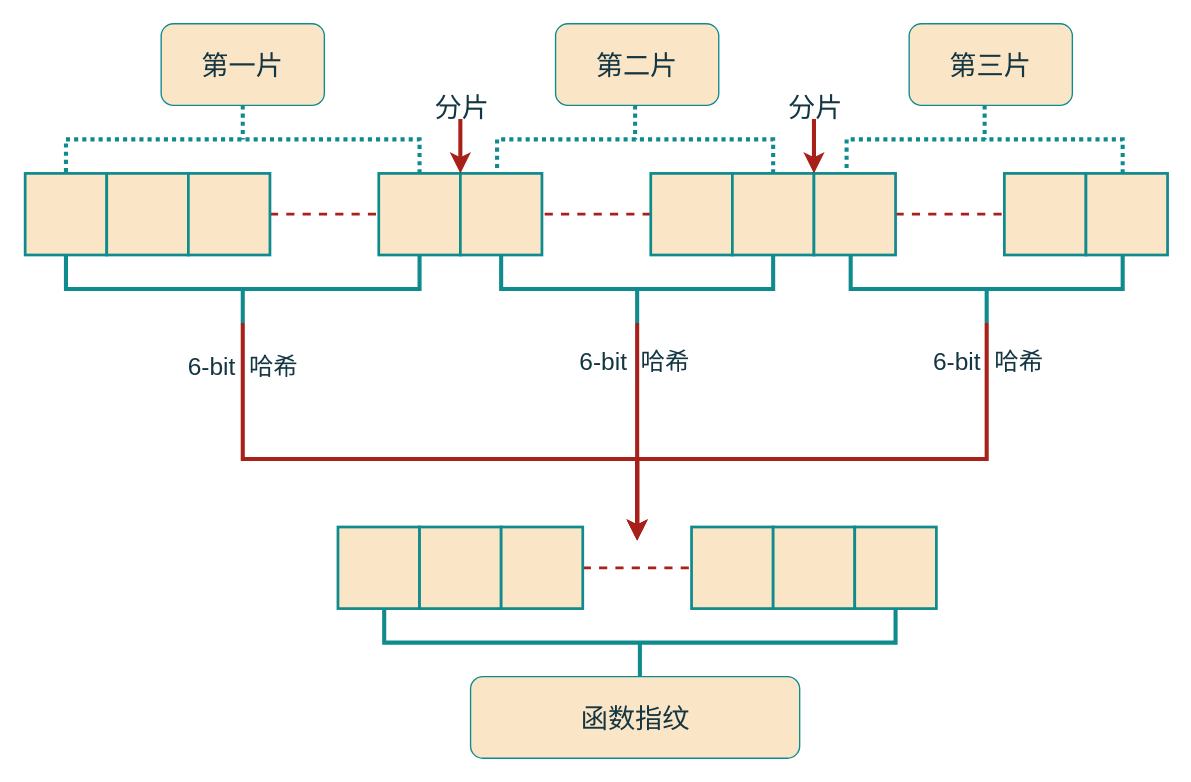
Before: ssdeep.drawio in wanghaoxu001/cloudimg, a draw.io diagram. Source tidied: cells renumbered, new cells numbered last; positions are measured from the earlier drawing's top-left corner, leaving out a move shared by most shapes. Both pictures are drawn from the tidied source at 136%, with x=0, y=0 at pixel (24, 23).
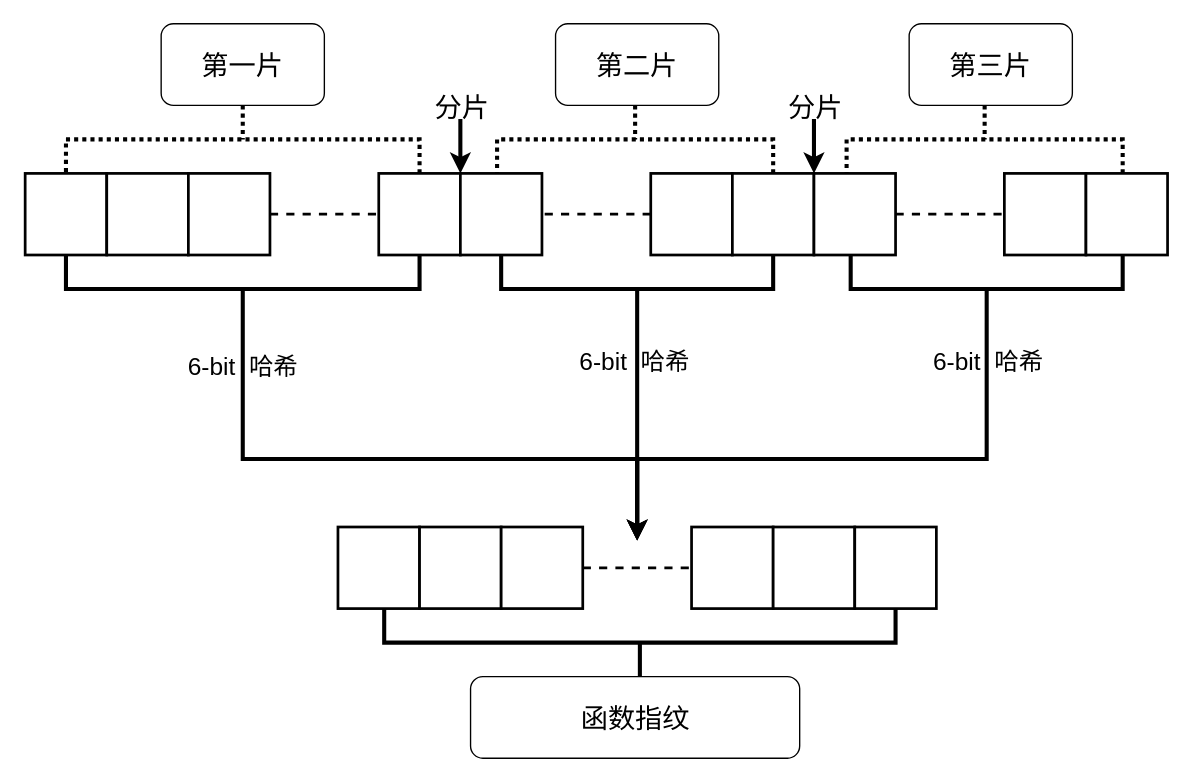
After the change.

The edit, as a diff of the source:
```diff
@@
+    <mxCell id="41" style="strokeWidth=3;html=1;shape=mxgraph.flowchart.annotation_2;align=left;labelPosition=right;direction=north;labelBackgroundColor=none;" parent="1" vertex="1">
+      <mxGeometry x="264" y="430" width="376" height="50" as="geometry" />
+    </mxCell>
+    <mxCell id="37" style="strokeWidth=3;html=1;shape=mxgraph.flowchart.annotation_2;align=left;labelPosition=right;dashed=1;fillStyle=auto;dashPattern=1 1;direction=south;labelBackgroundColor=none;" parent="1" vertex="1">
+      <mxGeometry x="347" y="60" width="203" height="50" as="geometry" />
+    </mxCell>
-    <mxCell id="2" style="strokeWidth=3;html=1;shape=mxgraph.flowchart.annotation_2;align=left;labelPosition=right;direction=north;strokeColor=#0F8B8D;labelBackgroundColor=none;fillColor=#FAE5C7;fontColor=#143642;" parent="1" vertex="1">
+    <mxCell id="2" style="strokeWidth=3;html=1;shape=mxgraph.flowchart.annotation_2;align=left;labelPosition=right;direction=north;labelBackgroundColor=none;" parent="1" vertex="1">
       <mxGeometry x="607" y="170" width="200" height="50" as="geometry" />
     </mxCell>
-    <mxCell id="3" style="strokeWidth=3;html=1;shape=mxgraph.flowchart.annotation_2;align=left;labelPosition=right;direction=north;strokeColor=#0F8B8D;labelBackgroundColor=none;fillColor=#FAE5C7;fontColor=#143642;" parent="1" vertex="1">
+    <mxCell id="3" style="strokeWidth=3;html=1;shape=mxgraph.flowchart.annotation_2;align=left;labelPosition=right;direction=north;labelBackgroundColor=none;" parent="1" vertex="1">
       <mxGeometry x="350" y="170" width="200" height="50" as="geometry" />
     </mxCell>
-    <mxCell id="4" style="strokeWidth=3;html=1;shape=mxgraph.flowchart.annotation_2;align=left;labelPosition=right;direction=north;strokeColor=#0F8B8D;labelBackgroundColor=none;fillColor=#FAE5C7;fontColor=#143642;" parent="1" vertex="1">
+    <mxCell id="4" style="strokeWidth=3;html=1;shape=mxgraph.flowchart.annotation_2;align=left;labelPosition=right;direction=north;labelBackgroundColor=none;" parent="1" vertex="1">
       <mxGeometry x="30" y="170" width="260" height="50" as="geometry" />
     </mxCell>
-    <mxCell id="5" style="rounded=0;whiteSpace=wrap;html=1;fontSize=22;strokeWidth=2;labelBackgroundColor=none;fillColor=#FAE5C7;strokeColor=#0F8B8D;fontColor=#143642;" parent="1" vertex="1">
+    <mxCell id="5" style="rounded=0;whiteSpace=wrap;html=1;fontSize=22;strokeWidth=2;labelBackgroundColor=none;" parent="1" vertex="1">
       <mxGeometry y="110" width="60" height="60" as="geometry" />
     </mxCell>
-    <mxCell id="6" style="rounded=0;whiteSpace=wrap;html=1;fontSize=22;strokeWidth=2;labelBackgroundColor=none;fillColor=#FAE5C7;strokeColor=#0F8B8D;fontColor=#143642;" parent="1" vertex="1">
+    <mxCell id="6" style="rounded=0;whiteSpace=wrap;html=1;fontSize=22;strokeWidth=2;labelBackgroundColor=none;" parent="1" vertex="1">
       <mxGeometry x="60" y="110" width="60" height="60" as="geometry" />
     </mxCell>
-    <mxCell id="7" style="edgeStyle=orthogonalEdgeStyle;rounded=0;jettySize=auto;html=1;entryX=0;entryY=0.5;entryDx=0;entryDy=0;endArrow=none;endFill=0;dashed=1;strokeWidth=2;labelBackgroundColor=none;strokeColor=#A8201A;fontColor=default;" parent="1" edge="1" source="8" target="9">
+    <mxCell id="7" style="edgeStyle=orthogonalEdgeStyle;rounded=0;jettySize=auto;html=1;entryX=0;entryY=0.5;entryDx=0;entryDy=0;endArrow=none;endFill=0;dashed=1;strokeWidth=2;labelBackgroundColor=none;fontColor=default;" parent="1" edge="1" source="8" target="9">
       <mxGeometry relative="1" as="geometry" />
     </mxCell>
-    <mxCell id="8" style="rounded=0;whiteSpace=wrap;html=1;fontSize=22;strokeWidth=2;labelBackgroundColor=none;fillColor=#FAE5C7;strokeColor=#0F8B8D;fontColor=#143642;" parent="1" vertex="1">
+    <mxCell id="8" style="rounded=0;whiteSpace=wrap;html=1;fontSize=22;strokeWidth=2;labelBackgroundColor=none;" parent="1" vertex="1">
       <mxGeometry x="120" y="110" width="60" height="60" as="geometry" />
     </mxCell>
-    <mxCell id="9" style="rounded=0;whiteSpace=wrap;html=1;fontSize=22;strokeWidth=2;labelBackgroundColor=none;fillColor=#FAE5C7;strokeColor=#0F8B8D;fontColor=#143642;" parent="1" vertex="1">
+    <mxCell id="9" style="rounded=0;whiteSpace=wrap;html=1;fontSize=22;strokeWidth=2;labelBackgroundColor=none;" parent="1" vertex="1">
       <mxGeometry x="260" y="110" width="60" height="60" as="geometry" />
     </mxCell>
-    <mxCell id="10" style="rounded=0;whiteSpace=wrap;html=1;fontSize=22;strokeWidth=2;labelBackgroundColor=none;fillColor=#FAE5C7;strokeColor=#0F8B8D;fontColor=#143642;" parent="1" vertex="1">
+    <mxCell id="10" style="rounded=0;whiteSpace=wrap;html=1;fontSize=22;strokeWidth=2;labelBackgroundColor=none;" parent="1" vertex="1">
       <mxGeometry x="320" y="110" width="60" height="60" as="geometry" />
     </mxCell>
-    <mxCell id="11" style="edgeStyle=orthogonalEdgeStyle;rounded=0;jettySize=auto;html=1;entryX=1;entryY=0.5;entryDx=0;entryDy=0;dashed=1;strokeWidth=2;endArrow=none;endFill=0;labelBackgroundColor=none;strokeColor=#A8201A;fontColor=default;" parent="1" edge="1" source="12">
+    <mxCell id="11" style="edgeStyle=orthogonalEdgeStyle;rounded=0;jettySize=auto;html=1;entryX=1;entryY=0.5;entryDx=0;entryDy=0;dashed=1;strokeWidth=2;endArrow=none;endFill=0;labelBackgroundColor=none;fontColor=default;" parent="1" edge="1" source="12">
       <mxGeometry relative="1" as="geometry">
         <mxPoint x="380" y="140" as="targetPoint" />
       </mxGeometry>
     </mxCell>
-    <mxCell id="12" style="rounded=0;whiteSpace=wrap;html=1;fontSize=22;strokeWidth=2;labelBackgroundColor=none;fillColor=#FAE5C7;strokeColor=#0F8B8D;fontColor=#143642;" parent="1" vertex="1">
+    <mxCell id="12" style="rounded=0;whiteSpace=wrap;html=1;fontSize=22;strokeWidth=2;labelBackgroundColor=none;" parent="1" vertex="1">
       <mxGeometry x="460" y="110" width="60" height="60" as="geometry" />
     </mxCell>
-    <mxCell id="13" style="rounded=0;whiteSpace=wrap;html=1;fontSize=22;strokeWidth=2;labelBackgroundColor=none;fillColor=#FAE5C7;strokeColor=#0F8B8D;fontColor=#143642;" parent="1" vertex="1">
+    <mxCell id="13" style="rounded=0;whiteSpace=wrap;html=1;fontSize=22;strokeWidth=2;labelBackgroundColor=none;" parent="1" vertex="1">
       <mxGeometry x="520" y="110" width="60" height="60" as="geometry" />
     </mxCell>
-    <mxCell id="14" style="edgeStyle=orthogonalEdgeStyle;rounded=0;jettySize=auto;html=1;entryX=0;entryY=0.5;entryDx=0;entryDy=0;endArrow=none;endFill=0;dashed=1;strokeWidth=2;labelBackgroundColor=none;strokeColor=#A8201A;fontColor=default;" parent="1" edge="1" source="15" target="20">
+    <mxCell id="14" style="edgeStyle=orthogonalEdgeStyle;rounded=0;jettySize=auto;html=1;entryX=0;entryY=0.5;entryDx=0;entryDy=0;endArrow=none;endFill=0;dashed=1;strokeWidth=2;labelBackgroundColor=none;fontColor=default;" parent="1" edge="1" source="15" target="20">
       <mxGeometry relative="1" as="geometry" />
     </mxCell>
-    <mxCell id="15" style="rounded=0;whiteSpace=wrap;html=1;fontSize=22;strokeWidth=2;labelBackgroundColor=none;fillColor=#FAE5C7;strokeColor=#0F8B8D;fontColor=#143642;" parent="1" vertex="1">
+    <mxCell id="15" style="rounded=0;whiteSpace=wrap;html=1;fontSize=22;strokeWidth=2;labelBackgroundColor=none;" parent="1" vertex="1">
       <mxGeometry x="580" y="110" width="60" height="60" as="geometry" />
     </mxCell>
-    <mxCell id="16" style="edgeStyle=orthogonalEdgeStyle;rounded=0;jettySize=auto;html=1;strokeWidth=3;strokeColor=#A8201A;labelBackgroundColor=none;fontColor=default;" parent="1" edge="1" source="4">
+    <mxCell id="16" style="edgeStyle=orthogonalEdgeStyle;rounded=0;jettySize=auto;html=1;strokeWidth=3;labelBackgroundColor=none;fontColor=default;" parent="1" edge="1" source="4">
       <mxGeometry relative="1" as="geometry">
         <mxPoint x="450" y="380" as="targetPoint" />
         <Array as="points">
           <mxPoint x="160" y="320" />
           <mxPoint x="450" y="320" />
         </Array>
       </mxGeometry>
     </mxCell>
-    <mxCell id="17" value="6-bit&amp;nbsp; 哈希" style="edgeLabel;html=1;align=center;verticalAlign=middle;fontColor=#143642;fontSize=18;fontStyle=0;labelBackgroundColor=none;" parent="16" vertex="1">
+    <mxCell id="17" value="6-bit&amp;nbsp; 哈希" style="edgeLabel;html=1;align=center;verticalAlign=middle;fontSize=18;fontStyle=0;labelBackgroundColor=none;" parent="16" vertex="1">
       <mxGeometry x="-0.86" y="-1" relative="1" as="geometry" />
     </mxCell>
-    <mxCell id="18" style="endArrow=classic;html=1;rounded=0;entryX=1;entryY=0;entryDx=0;entryDy=0;verticalAlign=bottom;fontSize=15;strokeWidth=3;strokeColor=#A8201A;fontColor=default;labelBackgroundColor=none;" parent="1" edge="1" target="9">
+    <mxCell id="18" style="endArrow=classic;html=1;rounded=0;entryX=1;entryY=0;entryDx=0;entryDy=0;verticalAlign=bottom;fontSize=15;strokeWidth=3;fontColor=default;labelBackgroundColor=none;" parent="1" edge="1" target="9">
       <mxGeometry relative="1" as="geometry">
         <mxPoint x="320" y="70" as="sourcePoint" />
       </mxGeometry>
     </mxCell>
-    <mxCell id="19" value="分片" style="edgeLabel;html=1;align=center;verticalAlign=middle;fontSize=20;fontColor=#143642;labelBackgroundColor=none;" parent="18" vertex="1">
+    <mxCell id="19" value="分片" style="edgeLabel;html=1;align=center;verticalAlign=middle;fontSize=20;labelBackgroundColor=none;" parent="18" vertex="1">
       <mxGeometry x="-0.43" y="3" relative="1" as="geometry">
         <mxPoint x="-3" y="-21" as="offset" />
       </mxGeometry>
     </mxCell>
-    <mxCell id="20" style="rounded=0;whiteSpace=wrap;html=1;fontSize=22;strokeWidth=2;labelBackgroundColor=none;fillColor=#FAE5C7;strokeColor=#0F8B8D;fontColor=#143642;" parent="1" vertex="1">
+    <mxCell id="20" style="rounded=0;whiteSpace=wrap;html=1;fontSize=22;strokeWidth=2;labelBackgroundColor=none;" parent="1" vertex="1">
       <mxGeometry x="720" y="110" width="60" height="60" as="geometry" />
     </mxCell>
-    <mxCell id="21" style="rounded=0;whiteSpace=wrap;html=1;fontSize=22;strokeWidth=2;labelBackgroundColor=none;fillColor=#FAE5C7;strokeColor=#0F8B8D;fontColor=#143642;" parent="1" vertex="1">
+    <mxCell id="21" style="rounded=0;whiteSpace=wrap;html=1;fontSize=22;strokeWidth=2;labelBackgroundColor=none;" parent="1" vertex="1">
       <mxGeometry x="780" y="110" width="60" height="60" as="geometry" />
     </mxCell>
-    <mxCell id="22" style="edgeStyle=orthogonalEdgeStyle;rounded=0;jettySize=auto;html=1;strokeWidth=3;strokeColor=#A8201A;labelBackgroundColor=none;fontColor=default;" parent="1" edge="1" source="3">
+    <mxCell id="22" style="edgeStyle=orthogonalEdgeStyle;rounded=0;jettySize=auto;html=1;strokeWidth=3;labelBackgroundColor=none;fontColor=default;" parent="1" edge="1" source="3">
       <mxGeometry relative="1" as="geometry">
         <mxPoint x="450" y="380" as="targetPoint" />
       </mxGeometry>
     </mxCell>
-    <mxCell id="23" style="endArrow=classic;html=1;rounded=0;entryX=1;entryY=0;entryDx=0;entryDy=0;verticalAlign=bottom;fontSize=15;strokeWidth=3;strokeColor=#A8201A;fontColor=default;labelBackgroundColor=none;" parent="1" edge="1">
+    <mxCell id="23" style="endArrow=classic;html=1;rounded=0;entryX=1;entryY=0;entryDx=0;entryDy=0;verticalAlign=bottom;fontSize=15;strokeWidth=3;fontColor=default;labelBackgroundColor=none;" parent="1" edge="1">
       <mxGeometry relative="1" as="geometry">
         <mxPoint x="580" y="70" as="sourcePoint" />
         <mxPoint x="580" y="110" as="targetPoint" />
       </mxGeometry>
     </mxCell>
-    <mxCell id="24" value="分片" style="edgeLabel;html=1;align=center;verticalAlign=middle;fontSize=20;fontColor=#143642;labelBackgroundColor=none;" parent="23" vertex="1">
+    <mxCell id="24" value="分片" style="edgeLabel;html=1;align=center;verticalAlign=middle;fontSize=20;labelBackgroundColor=none;" parent="23" vertex="1">
       <mxGeometry x="-0.43" y="3" relative="1" as="geometry">
         <mxPoint x="-3" y="-21" as="offset" />
       </mxGeometry>
     </mxCell>
-    <mxCell id="25" style="edgeStyle=orthogonalEdgeStyle;rounded=0;jettySize=auto;html=1;strokeWidth=3;strokeColor=#A8201A;labelBackgroundColor=none;fontColor=default;" parent="1" edge="1" source="2">
+    <mxCell id="25" style="edgeStyle=orthogonalEdgeStyle;rounded=0;jettySize=auto;html=1;strokeWidth=3;labelBackgroundColor=none;fontColor=default;" parent="1" edge="1" source="2">
       <mxGeometry relative="1" as="geometry">
         <mxPoint x="450" y="380" as="targetPoint" />
         <Array as="points">
           <mxPoint x="707" y="320" />
           <mxPoint x="450" y="320" />
         </Array>
       </mxGeometry>
     </mxCell>
-    <mxCell id="26" style="rounded=0;whiteSpace=wrap;html=1;fontSize=22;strokeWidth=2;labelBackgroundColor=none;fillColor=#FAE5C7;strokeColor=#0F8B8D;fontColor=#143642;" parent="1" vertex="1">
+    <mxCell id="26" style="rounded=0;whiteSpace=wrap;html=1;fontSize=22;strokeWidth=2;labelBackgroundColor=none;" parent="1" vertex="1">
       <mxGeometry x="230" y="370" width="60" height="60" as="geometry" />
     </mxCell>
-    <mxCell id="27" style="rounded=0;whiteSpace=wrap;html=1;fontSize=22;strokeWidth=2;labelBackgroundColor=none;fillColor=#FAE5C7;strokeColor=#0F8B8D;fontColor=#143642;" parent="1" vertex="1">
+    <mxCell id="27" style="rounded=0;whiteSpace=wrap;html=1;fontSize=22;strokeWidth=2;labelBackgroundColor=none;" parent="1" vertex="1">
       <mxGeometry x="290" y="370" width="60" height="60" as="geometry" />
     </mxCell>
-    <mxCell id="28" style="edgeStyle=orthogonalEdgeStyle;rounded=0;jettySize=auto;html=1;entryX=0;entryY=0.5;entryDx=0;entryDy=0;dashed=1;endArrow=none;endFill=0;strokeWidth=2;labelBackgroundColor=none;strokeColor=#A8201A;fontColor=default;" parent="1" edge="1" source="29" target="30">
+    <mxCell id="28" style="edgeStyle=orthogonalEdgeStyle;rounded=0;jettySize=auto;html=1;entryX=0;entryY=0.5;entryDx=0;entryDy=0;dashed=1;endArrow=none;endFill=0;strokeWidth=2;labelBackgroundColor=none;fontColor=default;" parent="1" edge="1" source="29" target="30">
       <mxGeometry relative="1" as="geometry" />
     </mxCell>
-    <mxCell id="29" style="rounded=0;whiteSpace=wrap;html=1;fontSize=22;strokeWidth=2;labelBackgroundColor=none;fillColor=#FAE5C7;strokeColor=#0F8B8D;fontColor=#143642;" parent="1" vertex="1">
+    <mxCell id="29" style="rounded=0;whiteSpace=wrap;html=1;fontSize=22;strokeWidth=2;labelBackgroundColor=none;" parent="1" vertex="1">
       <mxGeometry x="350" y="370" width="60" height="60" as="geometry" />
     </mxCell>
-    <mxCell id="30" style="rounded=0;whiteSpace=wrap;html=1;fontSize=22;strokeWidth=2;labelBackgroundColor=none;fillColor=#FAE5C7;strokeColor=#0F8B8D;fontColor=#143642;" parent="1" vertex="1">
+    <mxCell id="30" style="rounded=0;whiteSpace=wrap;html=1;fontSize=22;strokeWidth=2;labelBackgroundColor=none;" parent="1" vertex="1">
       <mxGeometry x="490" y="370" width="60" height="60" as="geometry" />
     </mxCell>
-    <mxCell id="31" style="rounded=0;whiteSpace=wrap;html=1;fontSize=22;strokeWidth=2;labelBackgroundColor=none;fillColor=#FAE5C7;strokeColor=#0F8B8D;fontColor=#143642;" parent="1" vertex="1">
+    <mxCell id="31" style="rounded=0;whiteSpace=wrap;html=1;fontSize=22;strokeWidth=2;labelBackgroundColor=none;" parent="1" vertex="1">
       <mxGeometry x="550" y="370" width="60" height="60" as="geometry" />
     </mxCell>
-    <mxCell id="32" style="rounded=0;whiteSpace=wrap;html=1;fontSize=22;strokeWidth=2;labelBackgroundColor=none;fillColor=#FAE5C7;strokeColor=#0F8B8D;fontColor=#143642;" parent="1" vertex="1">
+    <mxCell id="32" style="rounded=0;whiteSpace=wrap;html=1;fontSize=22;strokeWidth=2;labelBackgroundColor=none;" parent="1" vertex="1">
       <mxGeometry x="610" y="370" width="60" height="60" as="geometry" />
     </mxCell>
-    <mxCell id="33" style="strokeWidth=3;html=1;shape=mxgraph.flowchart.annotation_2;align=left;labelPosition=right;dashed=1;strokeColor=#0F8B8D;fillStyle=auto;fillColor=#FAE5C7;dashPattern=1 1;direction=south;fontColor=#143642;labelBackgroundColor=none;" parent="1" vertex="1">
+    <mxCell id="33" style="strokeWidth=3;html=1;shape=mxgraph.flowchart.annotation_2;align=left;labelPosition=right;dashed=1;fillStyle=auto;dashPattern=1 1;direction=south;labelBackgroundColor=none;" parent="1" vertex="1">
       <mxGeometry x="30" y="60" width="260" height="50" as="geometry" />
     </mxCell>
-    <mxCell id="34" value="&lt;font style=&quot;font-size: 20px;&quot;&gt;第一片&lt;/font&gt;" style="rounded=1;whiteSpace=wrap;html=1;fontSize=20;fontColor=#143642;strokeColor=#0F8B8D;labelBackgroundColor=none;fillColor=#FAE5C7;" parent="1" vertex="1">
+    <mxCell id="34" value="&lt;font style=&quot;font-size: 20px;&quot;&gt;第一片&lt;/font&gt;" style="rounded=1;whiteSpace=wrap;html=1;fontSize=20;labelBackgroundColor=none;" parent="1" vertex="1">
       <mxGeometry x="100" width="120" height="60" as="geometry" />
     </mxCell>
-    <mxCell id="35" value="6-bit&amp;nbsp; 哈希" style="edgeLabel;html=1;align=center;verticalAlign=middle;fontColor=#143642;fontSize=18;fontStyle=0;labelBackgroundColor=none;" parent="1" vertex="1">
+    <mxCell id="35" value="6-bit&amp;nbsp; 哈希" style="edgeLabel;html=1;align=center;verticalAlign=middle;fontSize=18;fontStyle=0;labelBackgroundColor=none;" parent="1" vertex="1">
       <mxGeometry x="140" y="260.8" as="geometry">
         <mxPoint x="307" y="-12" as="offset" />
       </mxGeometry>
     </mxCell>
-    <mxCell id="36" value="6-bit&amp;nbsp; 哈希" style="edgeLabel;html=1;align=center;verticalAlign=middle;fontColor=#143642;fontSize=18;fontStyle=0;labelBackgroundColor=none;" parent="1" vertex="1">
+    <mxCell id="36" value="6-bit&amp;nbsp; 哈希" style="edgeLabel;html=1;align=center;verticalAlign=middle;fontSize=18;fontStyle=0;labelBackgroundColor=none;" parent="1" vertex="1">
       <mxGeometry x="400" y="260.8" as="geometry">
         <mxPoint x="307" y="-12" as="offset" />
       </mxGeometry>
     </mxCell>
-    <mxCell id="37" style="strokeWidth=3;html=1;shape=mxgraph.flowchart.annotation_2;align=left;labelPosition=right;dashed=1;strokeColor=#0F8B8D;fillStyle=auto;fillColor=#FAE5C7;dashPattern=1 1;direction=south;fontColor=#143642;labelBackgroundColor=none;" parent="1" vertex="1">
-      <mxGeometry x="347" y="60" width="203" height="50" as="geometry" />
-    </mxCell>
-    <mxCell id="38" value="&lt;font style=&quot;font-size: 20px;&quot;&gt;第二片&lt;/font&gt;" style="rounded=1;whiteSpace=wrap;html=1;fontSize=20;fontColor=#143642;strokeColor=#0F8B8D;labelBackgroundColor=none;fillColor=#FAE5C7;" parent="1" vertex="1">
+    <mxCell id="38" value="&lt;font style=&quot;font-size: 20px;&quot;&gt;第二片&lt;/font&gt;" style="rounded=1;whiteSpace=wrap;html=1;fontSize=20;labelBackgroundColor=none;" parent="1" vertex="1">
       <mxGeometry x="390" width="120" height="60" as="geometry" />
     </mxCell>
-    <mxCell id="39" style="strokeWidth=3;html=1;shape=mxgraph.flowchart.annotation_2;align=left;labelPosition=right;dashed=1;strokeColor=#0F8B8D;fillStyle=auto;fillColor=#FAE5C7;dashPattern=1 1;direction=south;fontColor=#143642;labelBackgroundColor=none;" parent="1" vertex="1">
+    <mxCell id="39" style="strokeWidth=3;html=1;shape=mxgraph.flowchart.annotation_2;align=left;labelPosition=right;dashed=1;fillStyle=auto;dashPattern=1 1;direction=south;labelBackgroundColor=none;" parent="1" vertex="1">
       <mxGeometry x="604" y="60" width="203" height="50" as="geometry" />
     </mxCell>
-    <mxCell id="40" value="&lt;font style=&quot;font-size: 20px;&quot;&gt;第三片&lt;/font&gt;" style="rounded=1;whiteSpace=wrap;html=1;fontSize=20;fontColor=#143642;strokeColor=#0F8B8D;labelBackgroundColor=none;fillColor=#FAE5C7;" parent="1" vertex="1">
+    <mxCell id="40" value="&lt;font style=&quot;font-size: 20px;&quot;&gt;第三片&lt;/font&gt;" style="rounded=1;whiteSpace=wrap;html=1;fontSize=20;labelBackgroundColor=none;" parent="1" vertex="1">
       <mxGeometry x="650" width="120" height="60" as="geometry" />
     </mxCell>
-    <mxCell id="41" style="strokeWidth=3;html=1;shape=mxgraph.flowchart.annotation_2;align=left;labelPosition=right;direction=north;strokeColor=#0F8B8D;labelBackgroundColor=none;fillColor=#FAE5C7;fontColor=#143642;" parent="1" vertex="1">
-      <mxGeometry x="264" y="430" width="376" height="50" as="geometry" />
-    </mxCell>
-    <mxCell id="42" value="函数指纹" style="rounded=1;whiteSpace=wrap;html=1;strokeColor=#0F8B8D;fontColor=#143642;fillColor=#FAE5C7;fontSize=20;" parent="1" vertex="1">
+    <mxCell id="42" value="函数指纹" style="rounded=1;whiteSpace=wrap;html=1;fontSize=20;labelBackgroundColor=none;" parent="1" vertex="1">
       <mxGeometry x="327.5" y="480" width="242" height="60" as="geometry" />
     </mxCell>
```
